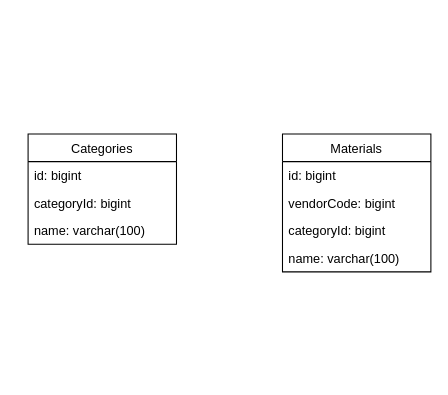
Atljh0987/courseShop keeps this draw.io diagram as back/db/HSQLDBSchema.drawio. Above is the earlier version. Source tidied: cells renumbered, new cells numbered last; positions are measured from the earlier drawing's top-left corner, leaving out a move shared by most shapes. Both pictures are drawn from the tidied source at 106%, with x=0, y=0 at pixel (28, 134).
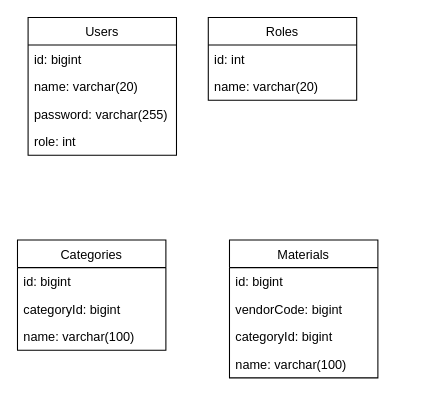
The same page after the edit.

The edit, as a diff of the source:
```diff
@@
 <mxGraphModel>
   <root>
     <mxCell id="0" />
     <mxCell id="1" parent="0" />
     <mxCell id="2" value="Categories" style="swimlane;fontStyle=0;horizontal=1;startSize=26;fillColor=none;" parent="1" vertex="1">
-      <mxGeometry width="140" height="104" as="geometry" />
+      <mxGeometry x="-10" y="100" width="140" height="104" as="geometry" />
     </mxCell>
     <mxCell id="3" value="id: bigint" style="text;strokeColor=none;fillColor=none;align=left;verticalAlign=top;spacingLeft=4;spacingRight=4;overflow=hidden;" parent="2" vertex="1">
       <mxGeometry y="26" width="140" height="26" as="geometry" />
     </mxCell>
     <mxCell id="4" value="categoryId: bigint" style="text;strokeColor=none;fillColor=none;align=left;verticalAlign=top;spacingLeft=4;spacingRight=4;overflow=hidden;" parent="2" vertex="1">
       <mxGeometry y="52" width="140" height="26" as="geometry" />
     </mxCell>
     <mxCell id="5" value="name: varchar(100)" style="text;strokeColor=none;fillColor=none;align=left;verticalAlign=top;spacingLeft=4;spacingRight=4;overflow=hidden;" parent="2" vertex="1">
       <mxGeometry y="78" width="140" height="26" as="geometry" />
     </mxCell>
     <mxCell id="6" value="Materials" style="swimlane;fontStyle=0;horizontal=1;startSize=26;fillColor=none;" parent="1" vertex="1">
-      <mxGeometry x="240" width="140" height="130" as="geometry" />
+      <mxGeometry x="190" y="100" width="140" height="130" as="geometry" />
     </mxCell>
     <mxCell id="7" value="id: bigint" style="text;strokeColor=none;fillColor=none;align=left;verticalAlign=top;spacingLeft=4;spacingRight=4;overflow=hidden;" parent="6" vertex="1">
       <mxGeometry y="26" width="140" height="26" as="geometry" />
     </mxCell>
     <mxCell id="8" value="vendorCode: bigint" style="text;strokeColor=none;fillColor=none;align=left;verticalAlign=top;spacingLeft=4;spacingRight=4;overflow=hidden;" parent="6" vertex="1">
       <mxGeometry y="52" width="140" height="26" as="geometry" />
     </mxCell>
     <mxCell id="9" value="categoryId: bigint" style="text;strokeColor=none;fillColor=none;align=left;verticalAlign=top;spacingLeft=4;spacingRight=4;overflow=hidden;" parent="6" vertex="1">
       <mxGeometry y="78" width="140" height="26" as="geometry" />
     </mxCell>
     <mxCell id="10" value="name: varchar(100)" style="text;strokeColor=none;fillColor=none;align=left;verticalAlign=top;spacingLeft=4;spacingRight=4;overflow=hidden;" parent="6" vertex="1">
       <mxGeometry y="104" width="140" height="26" as="geometry" />
     </mxCell>
+    <mxCell id="11" value="Users" style="swimlane;fontStyle=0;horizontal=1;startSize=26;fillColor=none;" parent="1" vertex="1">
+      <mxGeometry y="-110" width="140" height="130" as="geometry" />
+    </mxCell>
+    <mxCell id="12" value="id: bigint" style="text;strokeColor=none;fillColor=none;align=left;verticalAlign=top;spacingLeft=4;spacingRight=4;overflow=hidden;" parent="11" vertex="1">
+      <mxGeometry y="26" width="140" height="26" as="geometry" />
+    </mxCell>
+    <mxCell id="13" value="name: varchar(20)" style="text;strokeColor=none;fillColor=none;align=left;verticalAlign=top;spacingLeft=4;spacingRight=4;overflow=hidden;" parent="11" vertex="1">
+      <mxGeometry y="52" width="140" height="26" as="geometry" />
+    </mxCell>
+    <mxCell id="14" value="password: varchar(255)" style="text;strokeColor=none;fillColor=none;align=left;verticalAlign=top;spacingLeft=4;spacingRight=4;overflow=hidden;" parent="11" vertex="1">
+      <mxGeometry y="78" width="140" height="26" as="geometry" />
+    </mxCell>
+    <mxCell id="15" value="role: int" style="text;strokeColor=none;fillColor=none;align=left;verticalAlign=top;spacingLeft=4;spacingRight=4;overflow=hidden;" parent="11" vertex="1">
+      <mxGeometry y="104" width="140" height="26" as="geometry" />
+    </mxCell>
+    <mxCell id="16" value="Roles" style="swimlane;fontStyle=0;horizontal=1;startSize=26;fillColor=none;" parent="1" vertex="1">
+      <mxGeometry x="170" y="-110" width="140" height="78" as="geometry" />
+    </mxCell>
+    <mxCell id="17" value="id: int" style="text;strokeColor=none;fillColor=none;align=left;verticalAlign=top;spacingLeft=4;spacingRight=4;overflow=hidden;" parent="16" vertex="1">
+      <mxGeometry y="26" width="140" height="26" as="geometry" />
+    </mxCell>
+    <mxCell id="18" value="name: varchar(20)" style="text;strokeColor=none;fillColor=none;align=left;verticalAlign=top;spacingLeft=4;spacingRight=4;overflow=hidden;" parent="16" vertex="1">
+      <mxGeometry y="52" width="140" height="26" as="geometry" />
+    </mxCell>
   </root>
 </mxGraphModel>
```
